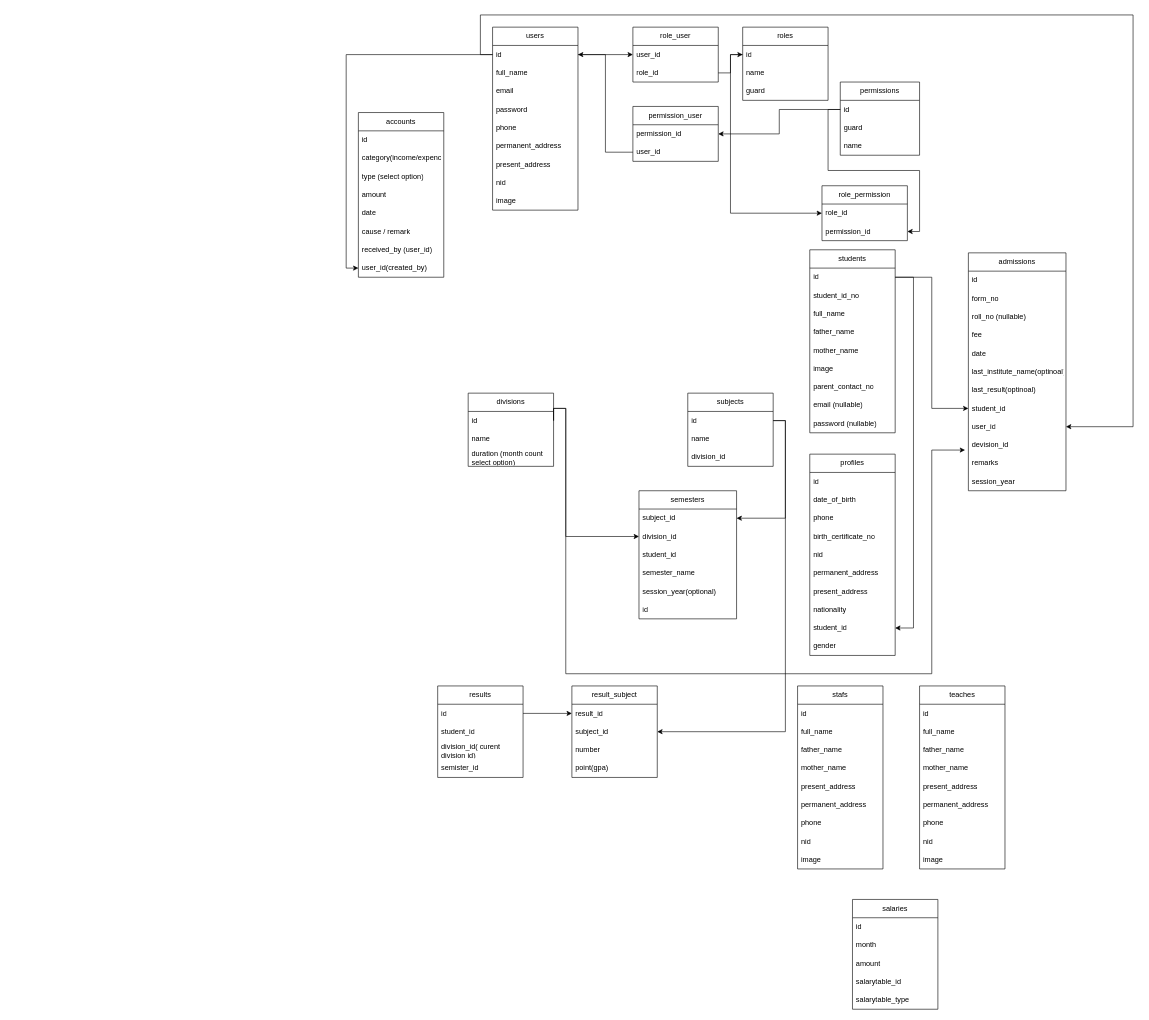
This is Untitled Diagram.drawio from asifmics/javascript, a draw.io file, before an edit. Source tidied: cells renumbered, new cells numbered last; positions are measured from the earlier drawing's top-left corner, leaving out a move shared by most shapes. Both pictures are drawn from the tidied source at 61%, with x=0, y=0 at pixel (358, 15).
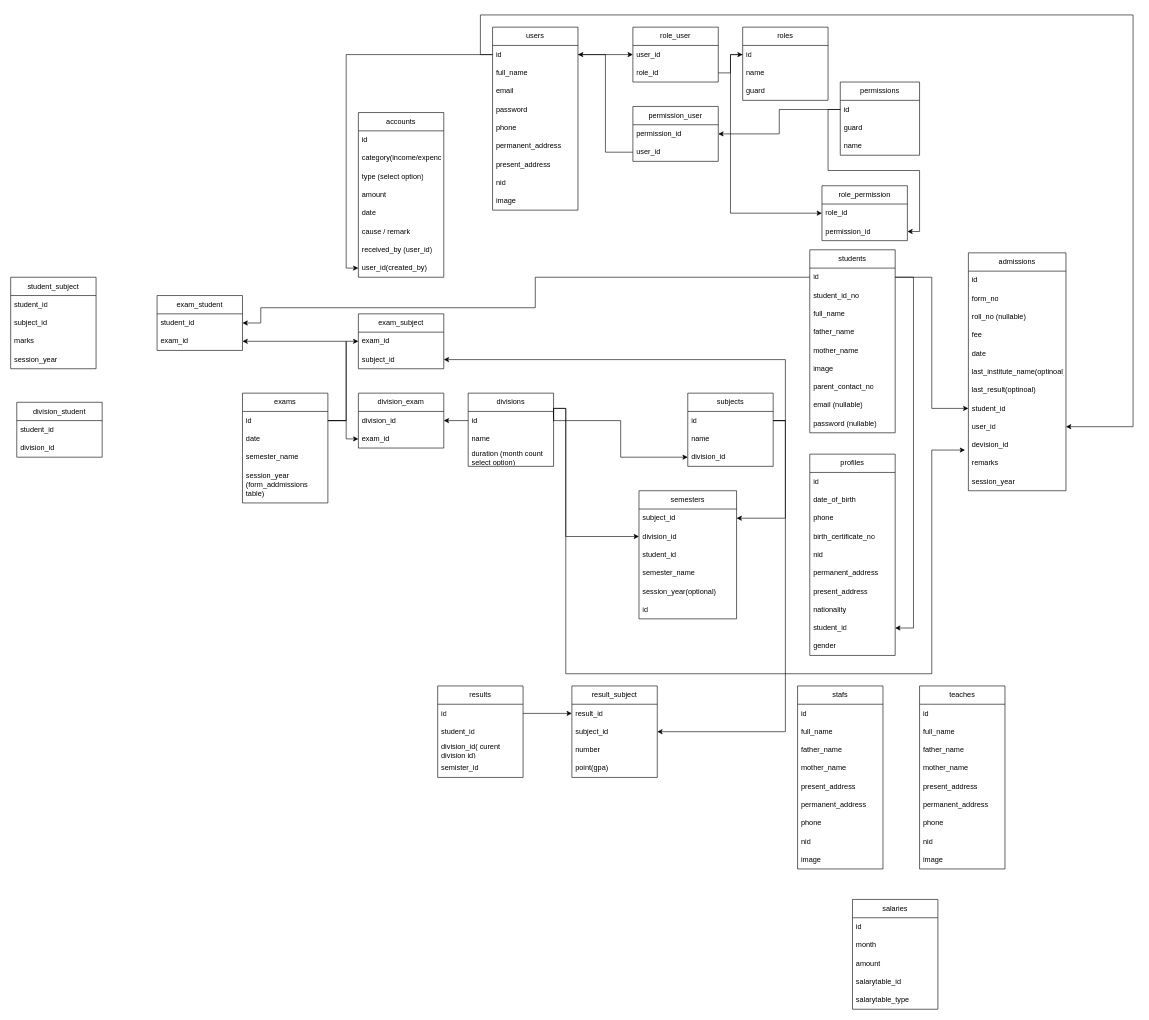
Above is the later version.

Unchanged cells that the change refers to:
```xml
<mxCell id="36" value="id" style="text;strokeColor=none;fillColor=none;align=left;verticalAlign=middle;spacingLeft=4;spacingRight=4;overflow=hidden;points=[[0,0.5],[1,0.5]];portConstraint=eastwest;whiteSpace=wrap;html=1;" parent="35" vertex="1">
  <mxGeometry y="30" width="140" height="30" as="geometry" />
</mxCell>
<mxCell id="40" value="id" style="text;strokeColor=none;fillColor=none;align=left;verticalAlign=middle;spacingLeft=4;spacingRight=4;overflow=hidden;points=[[0,0.5],[1,0.5]];portConstraint=eastwest;whiteSpace=wrap;html=1;" parent="39" vertex="1">
  <mxGeometry y="30" width="140" height="30" as="geometry" />
</mxCell>
<mxCell id="50" value="id" style="text;strokeColor=none;fillColor=none;align=left;verticalAlign=middle;spacingLeft=4;spacingRight=4;overflow=hidden;points=[[0,0.5],[1,0.5]];portConstraint=eastwest;whiteSpace=wrap;html=1;" parent="49" vertex="1">
  <mxGeometry y="30" width="140" height="30" as="geometry" />
</mxCell>
<mxCell id="52" value="division_id" style="text;strokeColor=none;fillColor=none;align=left;verticalAlign=middle;spacingLeft=4;spacingRight=4;overflow=hidden;points=[[0,0.5],[1,0.5]];portConstraint=eastwest;whiteSpace=wrap;html=1;" parent="49" vertex="1">
  <mxGeometry y="90" width="140" height="30" as="geometry" />
</mxCell>
```

What changed in the source:
```diff
@@
+    <mxCell id="138" value="exams" style="swimlane;fontStyle=0;horizontal=1;startSize=30;whiteSpace=wrap;html=1;" parent="1" vertex="1">
+      <mxGeometry x="-190" y="620" width="140" height="180" as="geometry" />
+    </mxCell>
+    <mxCell id="139" value="id" style="text;strokeColor=none;fillColor=none;align=left;verticalAlign=middle;spacingLeft=4;spacingRight=4;overflow=hidden;points=[[0,0.5],[1,0.5]];portConstraint=eastwest;whiteSpace=wrap;html=1;" parent="138" vertex="1">
+      <mxGeometry y="30" width="140" height="30" as="geometry" />
+    </mxCell>
+    <mxCell id="140" value="date" style="text;strokeColor=none;fillColor=none;align=left;verticalAlign=middle;spacingLeft=4;spacingRight=4;overflow=hidden;whiteSpace=wrap;html=1;" parent="138" vertex="1">
+      <mxGeometry y="60" width="140" height="30" as="geometry" />
+    </mxCell>
+    <mxCell id="141" value="semester_name" style="text;strokeColor=none;fillColor=none;align=left;verticalAlign=middle;spacingLeft=4;spacingRight=4;overflow=hidden;whiteSpace=wrap;html=1;" parent="138" vertex="1">
+      <mxGeometry y="90" width="140" height="30" as="geometry" />
+    </mxCell>
+    <mxCell id="142" value="session_year (form_addmissions table)" style="text;strokeColor=none;fillColor=none;align=left;verticalAlign=middle;spacingLeft=4;spacingRight=4;overflow=hidden;whiteSpace=wrap;html=1;" parent="138" vertex="1">
+      <mxGeometry y="120" width="140" height="60" as="geometry" />
+    </mxCell>
+    <mxCell id="143" style="edgeStyle=orthogonalEdgeStyle;rounded=0;jettySize=auto;html=1;exitX=1;exitY=0.5;exitDx=0;exitDy=0;entryX=0;entryY=0.5;entryDx=0;entryDy=0;" parent="1" edge="1" source="36" target="52">
+      <mxGeometry relative="1" as="geometry" />
+    </mxCell>
+    <mxCell id="144" value="division_exam" style="swimlane;fontStyle=0;horizontal=1;startSize=30;whiteSpace=wrap;html=1;" parent="1" vertex="1">
+      <mxGeometry y="620" width="140" height="90" as="geometry" />
+    </mxCell>
+    <mxCell id="145" value="division_id" style="text;strokeColor=none;fillColor=none;align=left;verticalAlign=middle;spacingLeft=4;spacingRight=4;overflow=hidden;points=[[0,0.5],[1,0.5]];portConstraint=eastwest;whiteSpace=wrap;html=1;" parent="144" vertex="1">
+      <mxGeometry y="30" width="140" height="30" as="geometry" />
+    </mxCell>
+    <mxCell id="146" value="exam_id" style="text;strokeColor=none;fillColor=none;align=left;verticalAlign=middle;spacingLeft=4;spacingRight=4;overflow=hidden;points=[[0,0.5],[1,0.5]];portConstraint=eastwest;whiteSpace=wrap;html=1;" parent="144" vertex="1">
+      <mxGeometry y="60" width="140" height="30" as="geometry" />
+    </mxCell>
+    <mxCell id="147" style="edgeStyle=orthogonalEdgeStyle;rounded=0;jettySize=auto;html=1;exitX=1;exitY=0.5;exitDx=0;exitDy=0;entryX=0;entryY=0.5;entryDx=0;entryDy=0;" parent="1" edge="1" source="139" target="146">
+      <mxGeometry relative="1" as="geometry">
+        <Array as="points">
+          <mxPoint x="-20" y="665" />
+          <mxPoint x="-20" y="695" />
+        </Array>
+      </mxGeometry>
+    </mxCell>
+    <mxCell id="148" style="edgeStyle=orthogonalEdgeStyle;rounded=0;jettySize=auto;html=1;exitX=0;exitY=0.5;exitDx=0;exitDy=0;entryX=1;entryY=0.5;entryDx=0;entryDy=0;" parent="1" edge="1" source="36" target="145">
+      <mxGeometry relative="1" as="geometry" />
+    </mxCell>
+    <mxCell id="149" value="exam_subject" style="swimlane;fontStyle=0;horizontal=1;startSize=30;whiteSpace=wrap;html=1;" parent="1" vertex="1">
+      <mxGeometry y="490" width="140" height="90" as="geometry" />
+    </mxCell>
+    <mxCell id="150" value="exam_id" style="text;strokeColor=none;fillColor=none;align=left;verticalAlign=middle;spacingLeft=4;spacingRight=4;overflow=hidden;points=[[0,0.5],[1,0.5]];portConstraint=eastwest;whiteSpace=wrap;html=1;" parent="149" vertex="1">
+      <mxGeometry y="30" width="140" height="30" as="geometry" />
+    </mxCell>
+    <mxCell id="151" value="subject_id" style="text;strokeColor=none;fillColor=none;align=left;verticalAlign=middle;spacingLeft=4;spacingRight=4;overflow=hidden;points=[[0,0.5],[1,0.5]];portConstraint=eastwest;whiteSpace=wrap;html=1;" parent="149" vertex="1">
+      <mxGeometry y="60" width="140" height="30" as="geometry" />
+    </mxCell>
+    <mxCell id="152" style="edgeStyle=orthogonalEdgeStyle;rounded=0;jettySize=auto;html=1;exitX=1;exitY=0.5;exitDx=0;exitDy=0;entryX=0;entryY=0.5;entryDx=0;entryDy=0;" parent="1" edge="1" source="139" target="150">
+      <mxGeometry relative="1" as="geometry">
+        <Array as="points">
+          <mxPoint x="-20" y="665" />
+          <mxPoint x="-20" y="535" />
+        </Array>
+      </mxGeometry>
+    </mxCell>
+    <mxCell id="153" style="edgeStyle=orthogonalEdgeStyle;rounded=0;jettySize=auto;html=1;exitX=1;exitY=0.5;exitDx=0;exitDy=0;entryX=1;entryY=0.5;entryDx=0;entryDy=0;" parent="1" edge="1" source="50" target="151">
+      <mxGeometry relative="1" as="geometry" />
+    </mxCell>
+    <mxCell id="154" value="exam_student" style="swimlane;fontStyle=0;horizontal=1;startSize=30;whiteSpace=wrap;html=1;" parent="1" vertex="1">
+      <mxGeometry x="-330" y="460" width="140" height="90" as="geometry" />
+    </mxCell>
+    <mxCell id="155" value="student_id" style="text;strokeColor=none;fillColor=none;align=left;verticalAlign=middle;spacingLeft=4;spacingRight=4;overflow=hidden;points=[[0,0.5],[1,0.5]];portConstraint=eastwest;whiteSpace=wrap;html=1;" parent="154" vertex="1">
+      <mxGeometry y="30" width="140" height="30" as="geometry" />
+    </mxCell>
+    <mxCell id="156" value="exam_id" style="text;strokeColor=none;fillColor=none;align=left;verticalAlign=middle;spacingLeft=4;spacingRight=4;overflow=hidden;points=[[0,0.5],[1,0.5]];portConstraint=eastwest;whiteSpace=wrap;html=1;" parent="154" vertex="1">
+      <mxGeometry y="60" width="140" height="30" as="geometry" />
+    </mxCell>
+    <mxCell id="157" style="edgeStyle=orthogonalEdgeStyle;rounded=0;jettySize=auto;html=1;exitX=1;exitY=0.5;exitDx=0;exitDy=0;entryX=1;entryY=0.5;entryDx=0;entryDy=0;" parent="1" edge="1" source="139" target="156">
+      <mxGeometry relative="1" as="geometry">
+        <Array as="points">
+          <mxPoint x="-20" y="665" />
+          <mxPoint x="-20" y="535" />
+        </Array>
+      </mxGeometry>
+    </mxCell>
+    <mxCell id="158" style="edgeStyle=orthogonalEdgeStyle;rounded=0;jettySize=auto;html=1;exitX=0;exitY=0.5;exitDx=0;exitDy=0;entryX=1;entryY=0.5;entryDx=0;entryDy=0;" parent="1" edge="1" source="40" target="155">
+      <mxGeometry relative="1" as="geometry">
+        <Array as="points">
+          <mxPoint x="290" y="430" />
+          <mxPoint x="290" y="480" />
+          <mxPoint x="-160" y="480" />
+          <mxPoint x="-160" y="505" />
+        </Array>
+      </mxGeometry>
+    </mxCell>
+    <mxCell id="159" value="division_student" style="swimlane;fontStyle=0;horizontal=1;startSize=30;whiteSpace=wrap;html=1;" parent="1" vertex="1">
+      <mxGeometry x="-560" y="635" width="140" height="90" as="geometry" />
+    </mxCell>
+    <mxCell id="160" value="student_id" style="text;strokeColor=none;fillColor=none;align=left;verticalAlign=middle;spacingLeft=4;spacingRight=4;overflow=hidden;whiteSpace=wrap;html=1;" parent="159" vertex="1">
+      <mxGeometry y="30" width="140" height="30" as="geometry" />
+    </mxCell>
+    <mxCell id="161" value="division_id" style="text;strokeColor=none;fillColor=none;align=left;verticalAlign=middle;spacingLeft=4;spacingRight=4;overflow=hidden;whiteSpace=wrap;html=1;" parent="159" vertex="1">
+      <mxGeometry y="60" width="140" height="30" as="geometry" />
+    </mxCell>
+    <mxCell id="162" value="student_subject" style="swimlane;fontStyle=0;horizontal=1;startSize=30;whiteSpace=wrap;html=1;" parent="1" vertex="1">
+      <mxGeometry x="-570" y="430" width="140" height="150" as="geometry" />
+    </mxCell>
+    <mxCell id="163" value="student_id" style="text;strokeColor=none;fillColor=none;align=left;verticalAlign=middle;spacingLeft=4;spacingRight=4;overflow=hidden;whiteSpace=wrap;html=1;" parent="162" vertex="1">
+      <mxGeometry y="30" width="140" height="30" as="geometry" />
+    </mxCell>
+    <mxCell id="164" value="subject_id" style="text;strokeColor=none;fillColor=none;align=left;verticalAlign=middle;spacingLeft=4;spacingRight=4;overflow=hidden;whiteSpace=wrap;html=1;" parent="162" vertex="1">
+      <mxGeometry y="60" width="140" height="30" as="geometry" />
+    </mxCell>
+    <mxCell id="165" value="marks" style="text;strokeColor=none;fillColor=none;align=left;verticalAlign=middle;spacingLeft=4;spacingRight=4;overflow=hidden;whiteSpace=wrap;html=1;" parent="162" vertex="1">
+      <mxGeometry y="90" width="140" height="30" as="geometry" />
+    </mxCell>
+    <mxCell id="166" value="session_year" style="text;strokeColor=none;fillColor=none;align=left;verticalAlign=middle;spacingLeft=4;spacingRight=4;overflow=hidden;whiteSpace=wrap;html=1;" parent="162" vertex="1">
+      <mxGeometry y="120" width="140" height="30" as="geometry" />
+    </mxCell>
```
